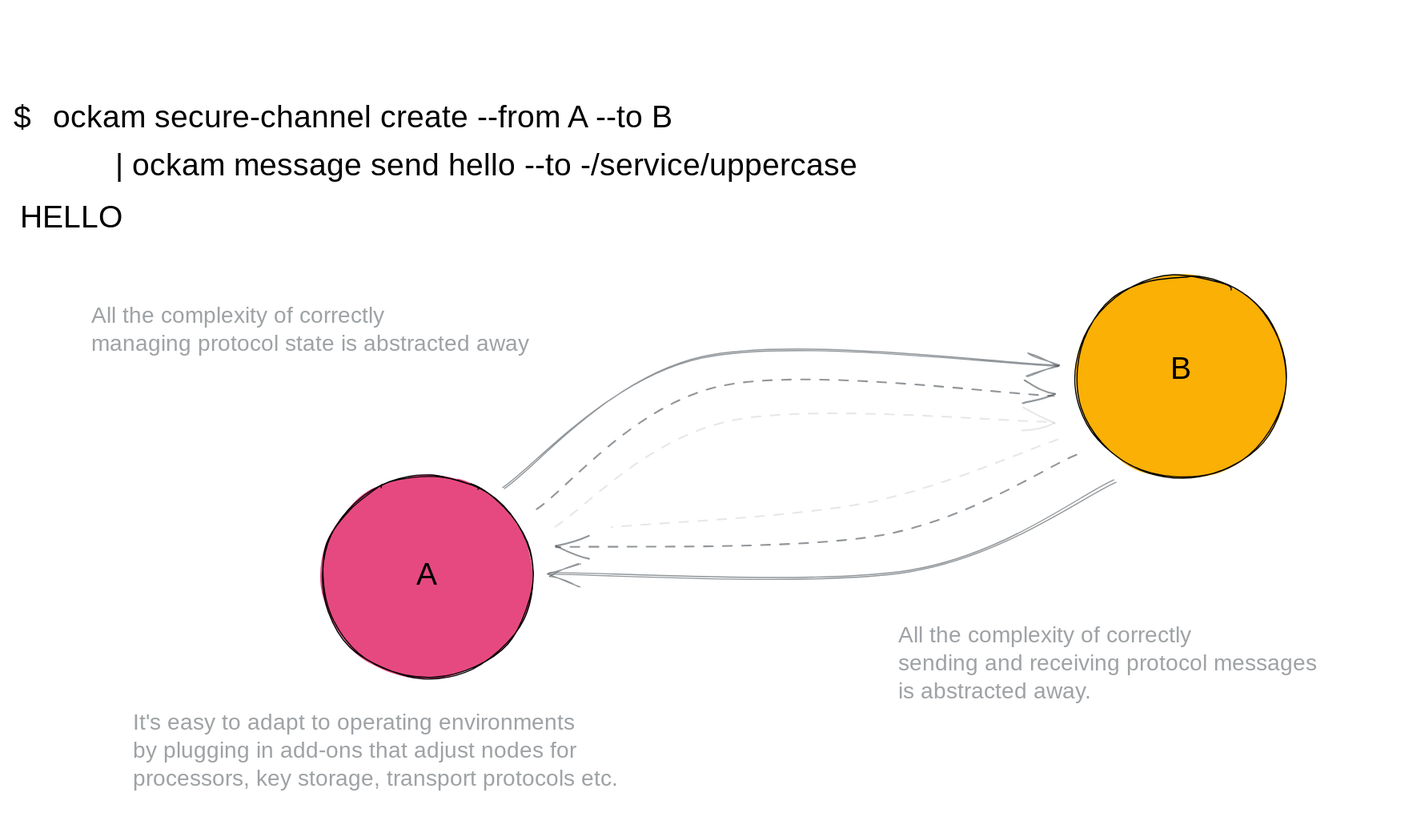
Before: .gitbook/assets/file.excalidraw.svg, a diagram exported from Excalidraw (build-trust/ockam-documentation). Source tidied: one line per element, renumbered; positions are measured from the earlier drawing's top-left corner, leaving out a move shared by most shapes.
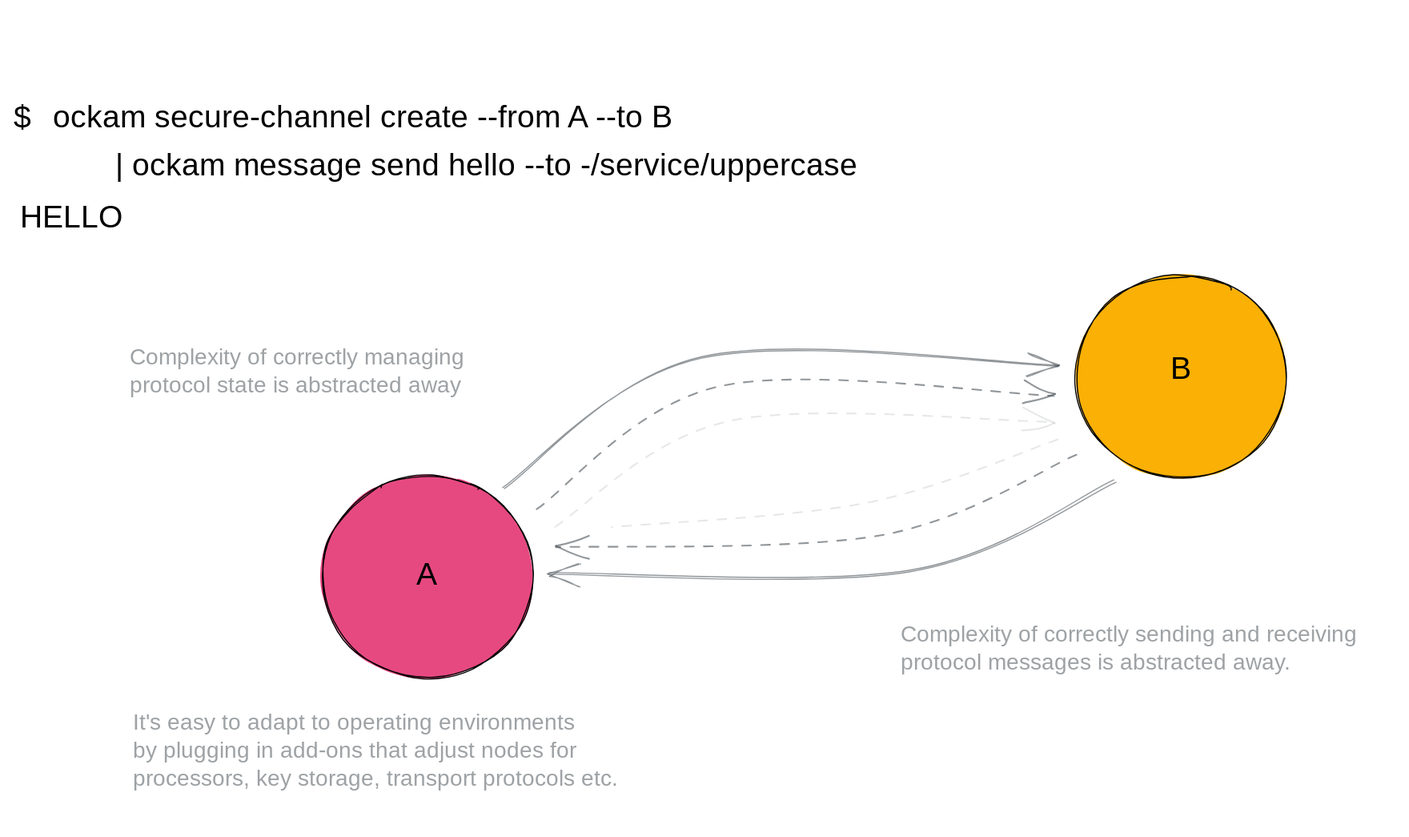
After the commit.

Commit message:
GITBOOK-975: change request with no subject merged in GitBook

The edit, as a diff of the source:
```diff
@@ -5,8 +5,8 @@
 {"id": 4, "type": "text", "text": "A", "strokeColor": "#000000", "strokeWidth": 1, "roughness": 1, "fontSize": 28, "fontFamily": 1, "x": 361, "y": 487, "width": 20, "height": 35}
 {"id": 5, "type": "text", "text": "B", "strokeColor": "#000000", "strokeWidth": 1, "roughness": 1, "fontSize": 28, "fontFamily": 1, "x": 1035, "y": 303, "width": 22, "height": 35}
 {"id": 6, "type": "arrow", "strokeColor": "#49505799", "strokeWidth": 1, "roughness": 1, "endArrowhead": "arrow", "round": true, "from": 2, "to": 1, "x": 440, "y": 426, "width": 494, "height": 117, "points": [[0, 0], [176, -117], [494, -109]]}
-{"id": 7, "type": "text", "text": "All the complexity of correctly\nmanaging protocol state is abstracted away", "strokeColor": "#49505788", "strokeWidth": 1, "roughness": 1, "fontSize": 20, "fontFamily": 1, "x": 71, "y": 260, "width": 445, "height": 50}
+{"id": 7, "type": "text", "text": "Complexity of correctly managing\nprotocol state is abstracted away", "strokeColor": "#49505788", "strokeWidth": 1, "roughness": 1, "fontSize": 20, "fontFamily": 1, "x": 106, "y": 297, "width": 353, "height": 50}
-{"id": 8, "type": "text", "text": "All the complexity of correctly\nsending and receiving protocol messages\nis abstracted away.", "strokeColor": "#49505788", "strokeWidth": 1, "roughness": 1, "fontSize": 20, "fontFamily": 1, "x": 791, "y": 545, "width": 389, "height": 75}
+{"id": 8, "type": "text", "text": "Complexity of correctly sending and receiving\nprotocol messages is abstracted away.", "strokeColor": "#49505788", "strokeWidth": 1, "roughness": 1, "fontSize": 20, "fontFamily": 1, "x": 794, "y": 544, "width": 435, "height": 50}
 {"id": 9, "type": "arrow", "strokeColor": "#49505799", "strokeWidth": 1, "strokeStyle": "dashed", "roughness": 1, "endArrowhead": "arrow", "round": true, "from": 2, "to": 1, "x": 468, "y": 444, "width": 463, "height": 109, "points": [[0, 0], [165, -109], [463, -100]]}
 {"id": 10, "type": "arrow", "strokeColor": "#49505799", "strokeWidth": 1, "roughness": 1, "endArrowhead": "arrow", "round": true, "from": 1, "to": 2, "x": 984, "y": 419, "width": 504, "height": 81, "points": [[0, 0], [-182, 79], [-504, 81]]}
 {"id": 11, "type": "arrow", "strokeColor": "#49505799", "strokeWidth": 1, "strokeStyle": "dashed", "roughness": 1, "endArrowhead": "arrow", "round": true, "from": 1, "to": 2, "x": 951, "y": 395, "width": 466, "height": 83, "points": [[0, 0], [-175, 73], [-466, 83]]}
```
